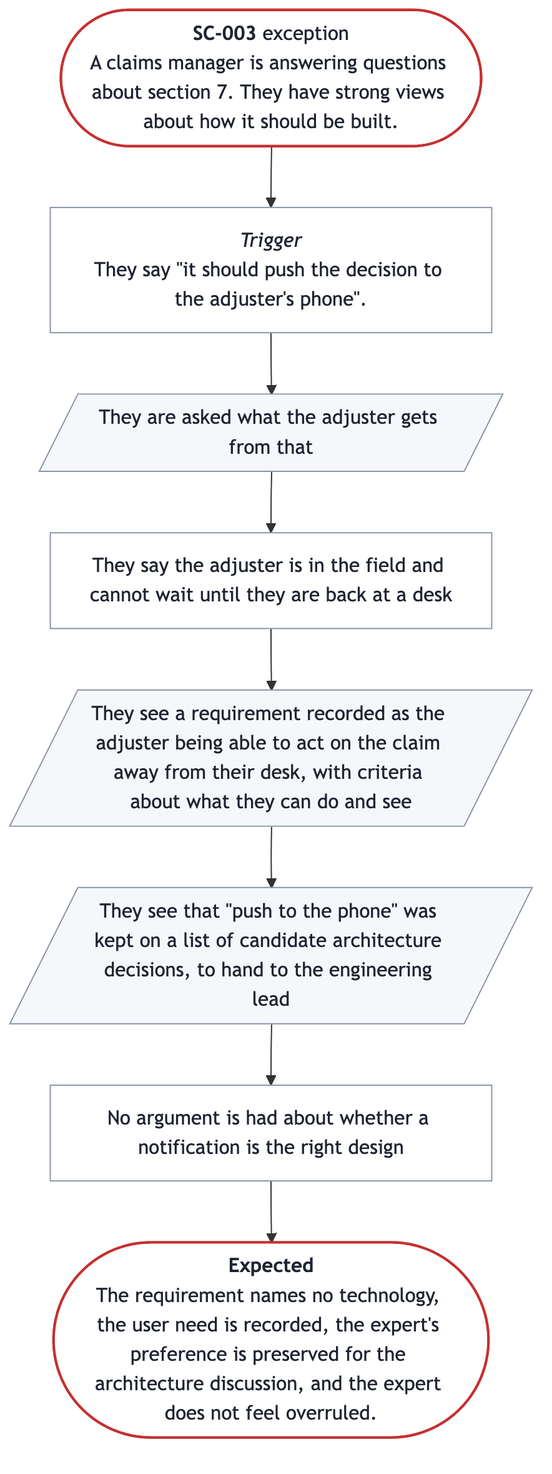
Before: docs/prd/prd-forge/diagrams/SC-003.png, a diagram exported from Mermaid (SpillwaveSolutions/prd-forge). Its source is kept beside it as docs/prd/prd-forge/diagrams/SC-003.mmd.
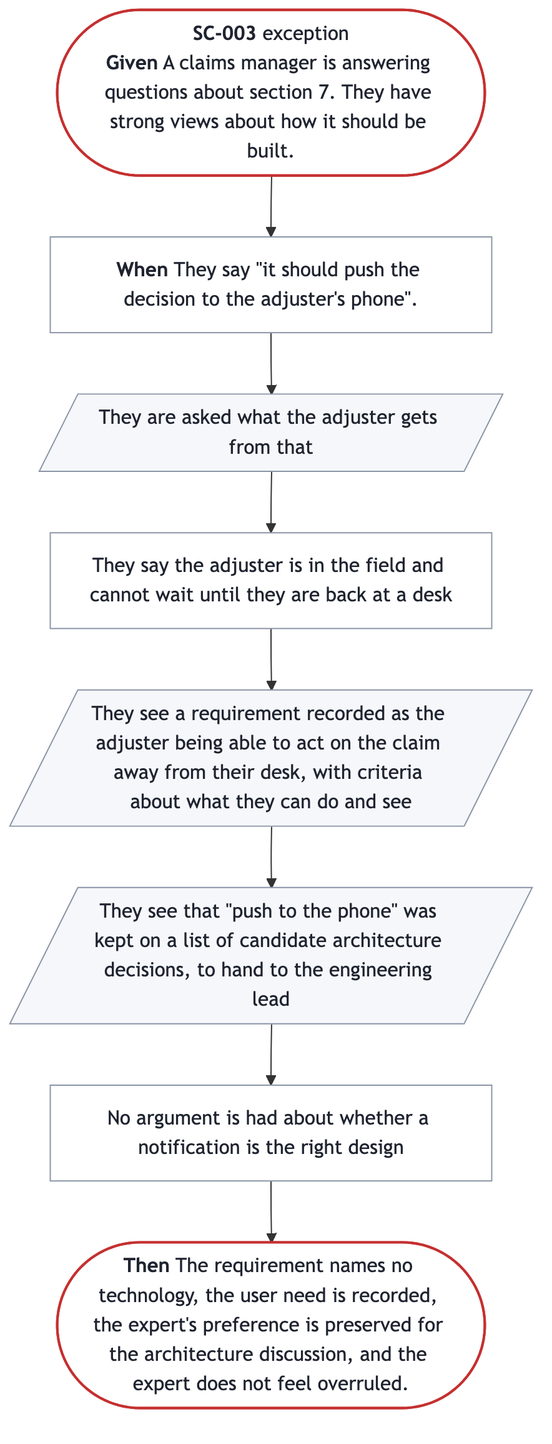
The same file after the commit.

Diff of the diagram source:
```diff
@@ -1,13 +1,13 @@
 %%{init: {"flowchart": {"wrappingWidth": 300}}}%%
 flowchart TB
-  start(["<b>SC-003</b> exception<br/>A claims manager is answering questions about section 7. They have strong views about how it should be built."])
-  trigger["<i>Trigger</i><br/>They say #quot;it should push the decision to the adjuster's phone#quot;."]
+  start(["<b>SC-003</b> exception<br/><b>Given</b> A claims manager is answering questions about section 7. They have strong views about how it should be built."])
+  trigger["<b>When</b> They say #quot;it should push the decision to the adjuster's phone#quot;."]
   s0[/"They are asked what the adjuster gets from that"/]
   s1["They say the adjuster is in the field and cannot wait until they are back at a desk"]
   s2[/"They see a requirement recorded as the adjuster being able to act on the claim away from their desk, with criteria about what they can do and see"/]
   s3[/"They see that #quot;push to the phone#quot; was kept on a list of candidate architecture decisions, to hand to the engineering lead"/]
   s4["No argument is had about whether a notification is the right design"]
-  done(["<b>Expected</b><br/>The requirement names no technology, the user need is recorded, the expert's preference is preserved for the architecture discussion, and the expert does not feel overruled."])
+  done(["<b>Then</b> The requirement names no technology, the user need is recorded, the expert's preference is preserved for the architecture discussion, and the expert does not feel overruled."])
   start --> trigger --> s0 --> s1 --> s2 --> s3 --> s4 --> done
   classDef ends fill:#FFFFFF,stroke:#C53030,stroke-width:2px,color:#1F2430
   classDef sees fill:#F5F7FA,stroke:#8A94A6,color:#1F2430
```
